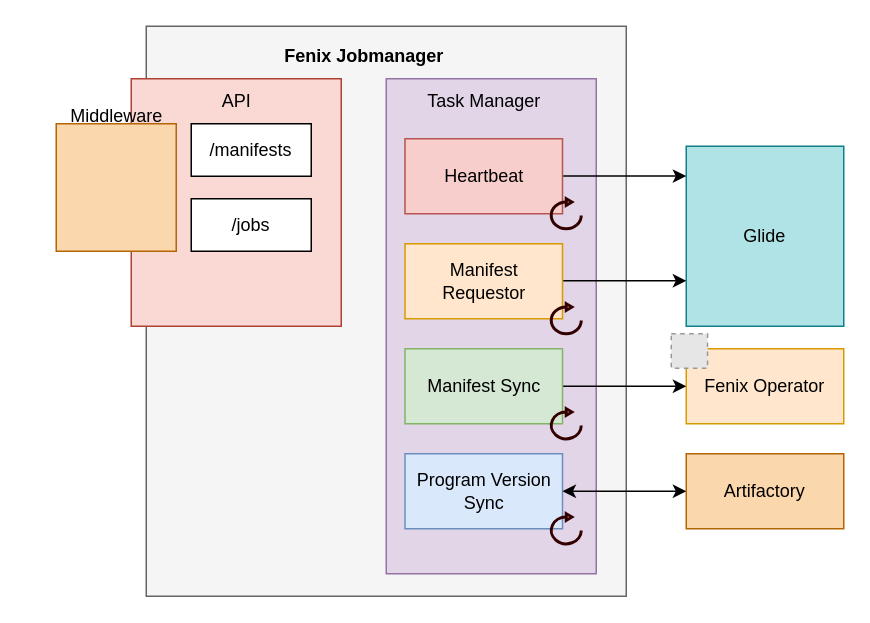
darren128/drawio keeps this draw.io diagram as Untitled Diagram.drawio. Above is the earlier version. Source tidied: cells renumbered, new cells numbered last; positions are measured from the earlier drawing's top-left corner, leaving out a move shared by most shapes. Both pictures are drawn from the tidied source at 150%, with x=0, y=0 at pixel (56, 26). Pictures stored in the file or linked from it are replaced by grey dashed boxes.
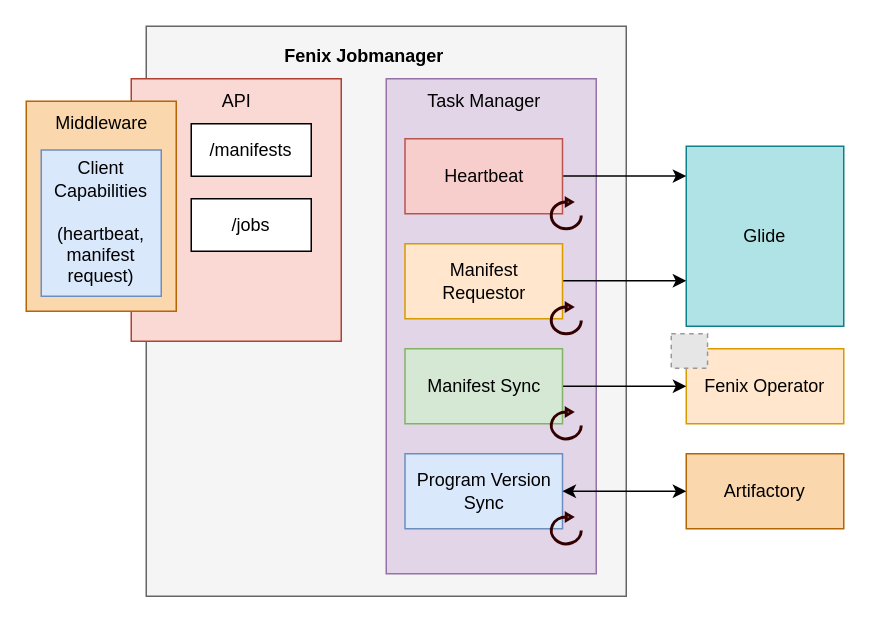
After the change.

Commit message:
update fenix jobmanager diagram

What changed in the source:
```diff
@@
     <mxCell id="20" style="whiteSpace=wrap;html=1;fillColor=#fad9d5;strokeColor=#ae4132;" parent="1" vertex="1">
-      <mxGeometry x="50" y="35" width="140" height="165" as="geometry" />
+      <mxGeometry x="50" y="35" width="140" height="175" as="geometry" />
     </mxCell>
@@
     <mxCell id="22" value="&lt;div style=&quot;&quot;&gt;&lt;br&gt;&lt;/div&gt;" style="whiteSpace=wrap;html=1;fillColor=#fad7ac;strokeColor=#b46504;align=center;" parent="1" vertex="1">
-      <mxGeometry y="65" width="80" height="85" as="geometry" />
+      <mxGeometry x="-20" y="50" width="100" height="140" as="geometry" />
     </mxCell>
     <mxCell id="23" value="Middleware" style="text;html=1;align=center;verticalAlign=middle;strokeColor=none;fillColor=none;" parent="1" vertex="1">
-      <mxGeometry y="45" width="80" height="30" as="geometry" />
+      <mxGeometry x="-10" y="50" width="80" height="30" as="geometry" />
     </mxCell>
@@
+    <mxCell id="28" value="Client Capabilities&lt;br&gt;&lt;br&gt;(heartbeat, manifest request)" style="rounded=0;whiteSpace=wrap;html=1;fillColor=#dae8fc;strokeColor=#6c8ebf;" parent="1" vertex="1">
+      <mxGeometry x="-10" y="82.5" width="80" height="97.5" as="geometry" />
+    </mxCell>
```
